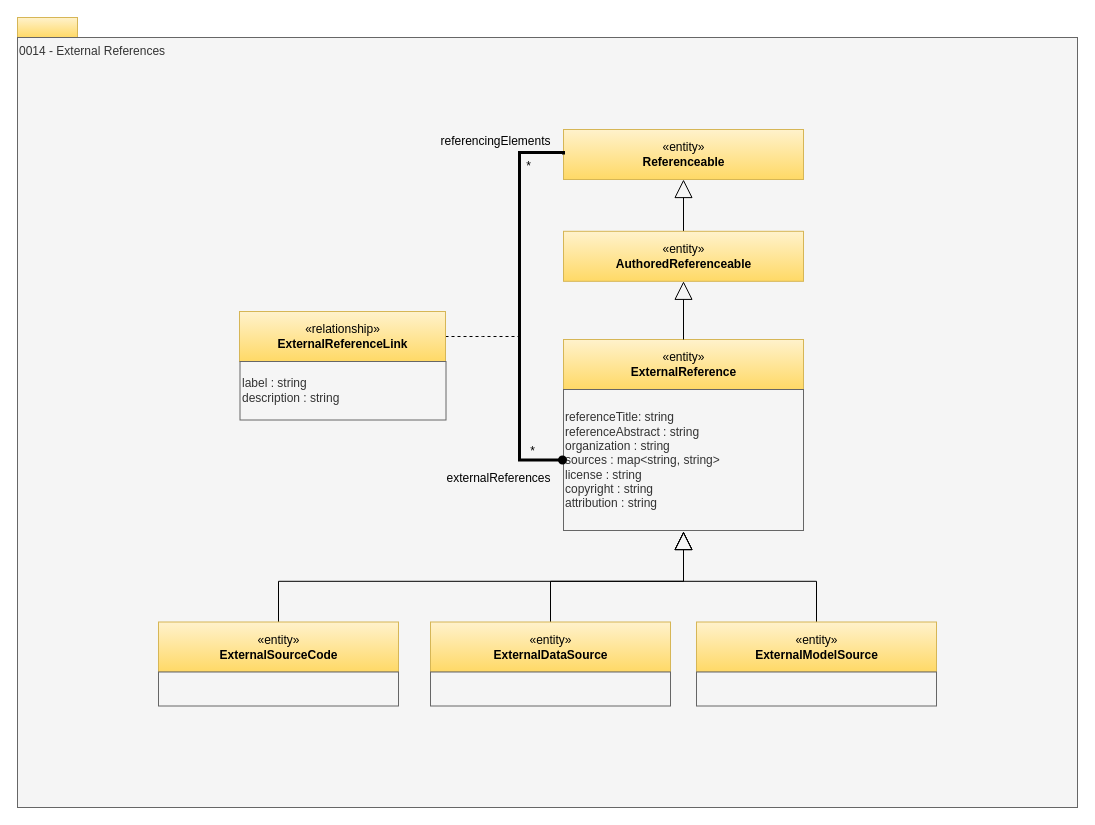
Earlier version of the draw.io diagram page "0014-External-References" (9 of 33) of site/docs/types/0/area-0-basic-types-and-infrastructure.drawio (odpi/egeria-docs). Source tidied: cells renumbered, new cells numbered last; positions are measured from the earlier drawing's top-left corner, leaving out a move shared by most shapes. Both pictures are drawn from the tidied source at 100%, with x=0, y=0 at pixel (17, 17).
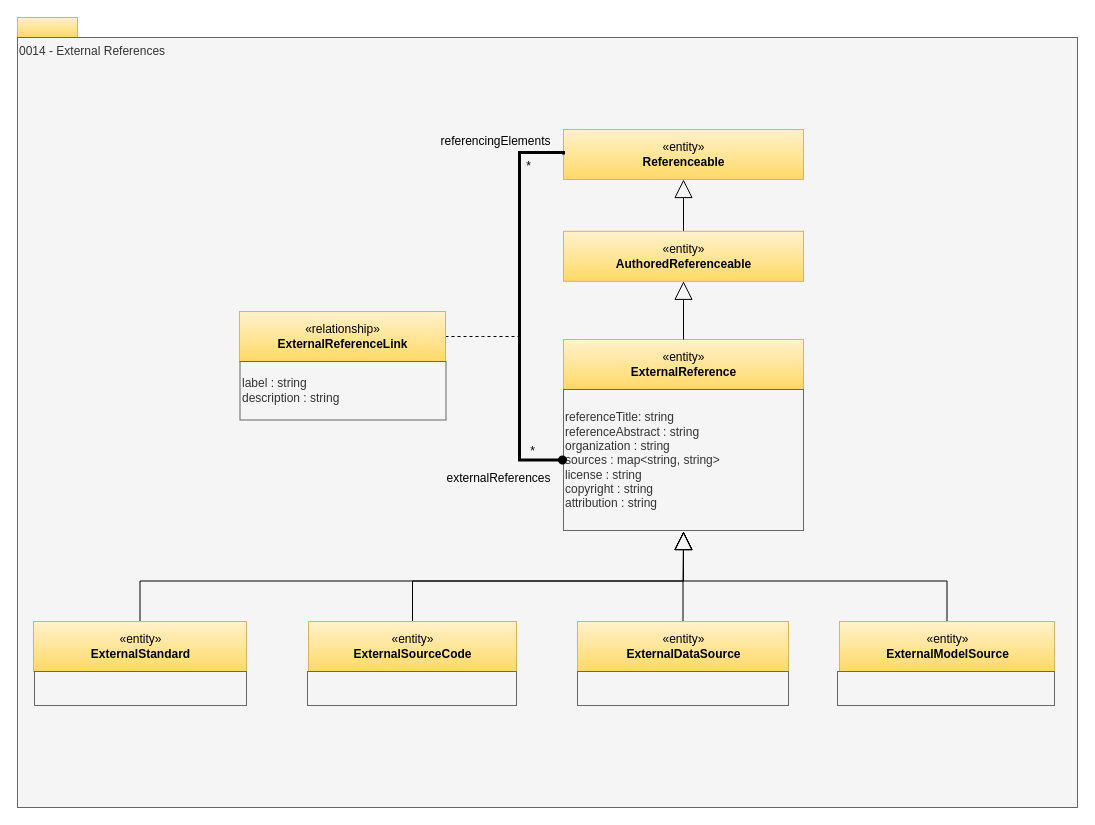
The same diagram, later.

The change refers to these unchanged cells:
```xml
<mxCell id="10" value="&lt;div&gt;referenceTitle: string&lt;br&gt;referenceAbstract : string&lt;br&gt;&lt;div&gt;organization : string&lt;/div&gt;&lt;div&gt;sources : map&amp;lt;string, string&amp;gt;&lt;br&gt;license : string&lt;br&gt;copyright : string&lt;br&gt;attribution : string&lt;div style=&quot;text-align: left&quot;&gt;&lt;/div&gt;&lt;/div&gt;&lt;/div&gt;" style="rounded=0;whiteSpace=wrap;html=1;strokeColor=#666666;align=left;perimeterSpacing=1;fillColor=#f5f5f5;fontColor=#333333;" parent="1" vertex="1">
  <mxGeometry x="546" y="372" width="240" height="141" as="geometry" />
</mxCell>
```

The edit, as a diff of the source:
```diff
@@
     <mxCell id="12" value="«entity»&lt;br&gt;&lt;b&gt;ExternalDataSource&lt;/b&gt;" style="html=1;strokeColor=#d6b656;align=center;fillColor=#fff2cc;gradientColor=#ffd966;" parent="1" vertex="1">
-      <mxGeometry x="413" y="604.5" width="240" height="50" as="geometry" />
+      <mxGeometry x="560" y="604" width="211" height="50" as="geometry" />
     </mxCell>
     <mxCell id="13" style="rounded=0;whiteSpace=wrap;html=1;strokeColor=#666666;align=left;fillColor=#f5f5f5;fontColor=#333333;" parent="1" vertex="1">
-      <mxGeometry x="413" y="654.5" width="240" height="34" as="geometry" />
+      <mxGeometry x="560" y="654" width="211" height="34" as="geometry" />
     </mxCell>
@@
     <mxCell id="20" value="«entity»&lt;br&gt;&lt;b&gt;ExternalModelSource&lt;/b&gt;" style="html=1;strokeColor=#d6b656;align=center;fillColor=#fff2cc;gradientColor=#ffd966;" parent="1" vertex="1">
-      <mxGeometry x="679" y="604.5" width="240" height="50" as="geometry" />
+      <mxGeometry x="822" y="604" width="215" height="50" as="geometry" />
     </mxCell>
     <mxCell id="21" style="rounded=0;whiteSpace=wrap;html=1;strokeColor=#666666;align=left;fillColor=#f5f5f5;fontColor=#333333;" parent="1" vertex="1">
-      <mxGeometry x="679" y="654.5" width="240" height="34" as="geometry" />
+      <mxGeometry x="820" y="654" width="217" height="34" as="geometry" />
     </mxCell>
@@
     <mxCell id="23" value="«entity»&lt;br&gt;&lt;b&gt;ExternalSourceCode&lt;/b&gt;" style="html=1;strokeColor=#d6b656;align=center;fillColor=#fff2cc;gradientColor=#ffd966;" parent="1" vertex="1">
-      <mxGeometry x="141" y="604.5" width="240" height="50" as="geometry" />
+      <mxGeometry x="291" y="604" width="208" height="50" as="geometry" />
     </mxCell>
     <mxCell id="24" style="rounded=0;whiteSpace=wrap;html=1;strokeColor=#666666;align=left;fillColor=#f5f5f5;fontColor=#333333;" parent="1" vertex="1">
-      <mxGeometry x="141" y="654.5" width="240" height="34" as="geometry" />
+      <mxGeometry x="290" y="654" width="209" height="34" as="geometry" />
     </mxCell>
@@
+    <mxCell id="27" style="edgeStyle=orthogonalEdgeStyle;rounded=0;jettySize=auto;html=1;exitX=0.5;exitY=0;exitDx=0;exitDy=0;endArrow=block;endFill=0;endSize=16;entryX=0.5;entryY=1;entryDx=0;entryDy=0;" parent="1" edge="1" source="28" target="10">
+      <mxGeometry relative="1" as="geometry" />
+    </mxCell>
+    <mxCell id="28" value="«entity»&lt;br&gt;&lt;b&gt;ExternalStandard&lt;/b&gt;" style="html=1;strokeColor=#d6b656;align=center;fillColor=#fff2cc;gradientColor=#ffd966;" parent="1" vertex="1">
+      <mxGeometry x="16" y="604" width="213" height="50" as="geometry" />
+    </mxCell>
+    <mxCell id="29" style="rounded=0;whiteSpace=wrap;html=1;strokeColor=#666666;align=left;fillColor=#f5f5f5;fontColor=#333333;" parent="1" vertex="1">
+      <mxGeometry x="17" y="654" width="212" height="34" as="geometry" />
+    </mxCell>
```
